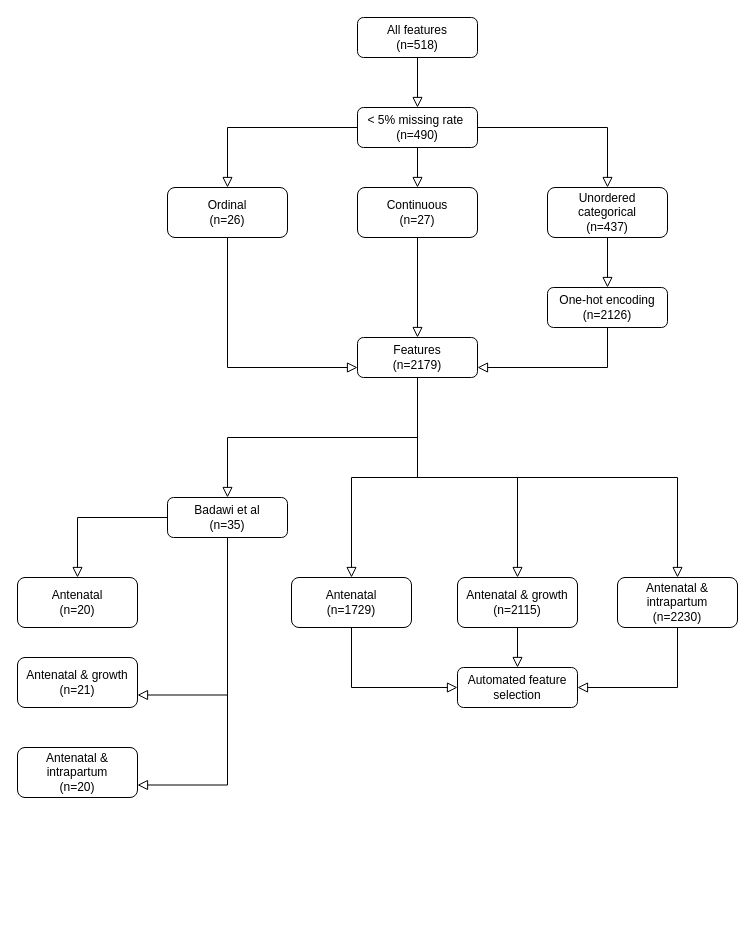
The draw.io diagram workflow.drawio in MRCIEU/hie-ml, before the edit. Source tidied: cells renumbered, new cells numbered last; positions are measured from the earlier drawing's top-left corner, leaving out a move shared by most shapes. Both pictures are drawn from the tidied source at 100%, with x=0, y=0 at pixel (17, 17).
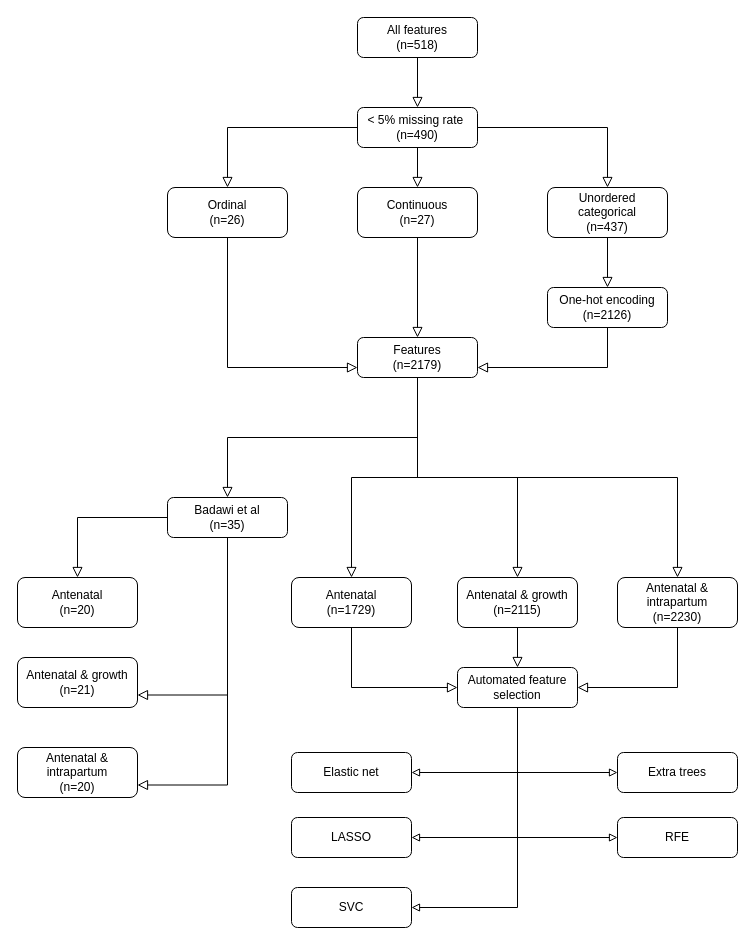
After the change.

The change refers to these unchanged cells:
```xml
<mxCell id="34" value="Automated feature selection" style="rounded=1;whiteSpace=wrap;html=1;fontSize=12;glass=0;strokeWidth=1;shadow=0;" parent="1" vertex="1">
  <mxGeometry x="440" y="650" width="120" height="40" as="geometry" />
</mxCell>
```

What changed in the source:
```diff
@@
+    <mxCell id="35" style="edgeStyle=orthogonalEdgeStyle;rounded=0;jettySize=auto;html=1;exitX=0.5;exitY=1;exitDx=0;exitDy=0;entryX=1;entryY=0.5;entryDx=0;entryDy=0;endArrow=block;endFill=0;" parent="1" edge="1" source="34" target="40">
+      <mxGeometry relative="1" as="geometry" />
+    </mxCell>
+    <mxCell id="36" style="edgeStyle=orthogonalEdgeStyle;rounded=0;jettySize=auto;html=1;exitX=0.5;exitY=1;exitDx=0;exitDy=0;entryX=0;entryY=0.5;entryDx=0;entryDy=0;endArrow=block;endFill=0;" parent="1" edge="1" source="34" target="42">
+      <mxGeometry relative="1" as="geometry" />
+    </mxCell>
+    <mxCell id="37" style="edgeStyle=orthogonalEdgeStyle;rounded=0;jettySize=auto;html=1;exitX=0.5;exitY=1;exitDx=0;exitDy=0;entryX=1;entryY=0.5;entryDx=0;entryDy=0;endArrow=block;endFill=0;" parent="1" edge="1" source="34" target="41">
+      <mxGeometry relative="1" as="geometry" />
+    </mxCell>
+    <mxCell id="38" style="edgeStyle=orthogonalEdgeStyle;rounded=0;jettySize=auto;html=1;exitX=0.5;exitY=1;exitDx=0;exitDy=0;entryX=0;entryY=0.5;entryDx=0;entryDy=0;endArrow=block;endFill=0;" parent="1" edge="1" source="34" target="43">
+      <mxGeometry relative="1" as="geometry" />
+    </mxCell>
+    <mxCell id="39" style="edgeStyle=orthogonalEdgeStyle;rounded=0;jettySize=auto;html=1;exitX=0.5;exitY=1;exitDx=0;exitDy=0;entryX=1;entryY=0.5;entryDx=0;entryDy=0;endArrow=block;endFill=0;" parent="1" edge="1" source="34" target="44">
+      <mxGeometry relative="1" as="geometry" />
+    </mxCell>
@@
+    <mxCell id="40" value="Elastic net" style="rounded=1;whiteSpace=wrap;html=1;fontSize=12;glass=0;strokeWidth=1;shadow=0;" parent="1" vertex="1">
+      <mxGeometry x="274" y="735" width="120" height="40" as="geometry" />
+    </mxCell>
+    <mxCell id="41" value="LASSO" style="rounded=1;whiteSpace=wrap;html=1;fontSize=12;glass=0;strokeWidth=1;shadow=0;" parent="1" vertex="1">
+      <mxGeometry x="274" y="800" width="120" height="40" as="geometry" />
+    </mxCell>
+    <mxCell id="42" value="Extra trees" style="rounded=1;whiteSpace=wrap;html=1;fontSize=12;glass=0;strokeWidth=1;shadow=0;" parent="1" vertex="1">
+      <mxGeometry x="600" y="735" width="120" height="40" as="geometry" />
+    </mxCell>
+    <mxCell id="43" value="RFE" style="rounded=1;whiteSpace=wrap;html=1;fontSize=12;glass=0;strokeWidth=1;shadow=0;" parent="1" vertex="1">
+      <mxGeometry x="600" y="800" width="120" height="40" as="geometry" />
+    </mxCell>
+    <mxCell id="44" value="SVC" style="rounded=1;whiteSpace=wrap;html=1;fontSize=12;glass=0;strokeWidth=1;shadow=0;" parent="1" vertex="1">
+      <mxGeometry x="274" y="870" width="120" height="40" as="geometry" />
+    </mxCell>
```
